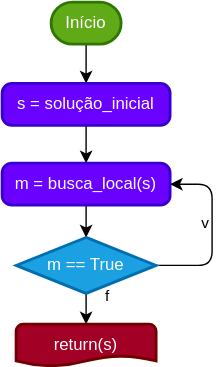
The draw.io diagram images/hillclimb.drawio.svg in spideryzarc/OCM, before a commit. Source tidied: cells renumbered, new cells last; positions are measured from the earlier drawing's top-left corner, leaving out a move shared by most shapes.
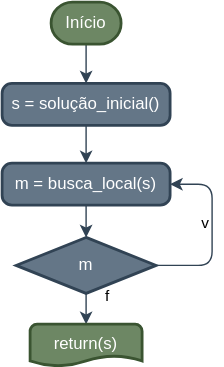
After the commit.

Commit message:
Atualizar introducao.md com diagrama e tamanho de imagem atualizados

The edit, as a diff of the source:
```diff
@@ -2,28 +2,28 @@
   <root>
     <mxCell id="0" />
     <mxCell id="1" parent="0" />
-    <mxCell id="2" style="edgeStyle=none;html=1;entryX=0.5;entryY=0;entryDx=0;entryDy=0;" parent="1" edge="1" source="3" target="5">
+    <mxCell id="2" style="edgeStyle=none;html=1;entryX=0.5;entryY=0;entryDx=0;entryDy=0;fillColor=#647687;strokeColor=#314354;" parent="1" edge="1" source="3" target="5">
       <mxGeometry relative="1" as="geometry" />
     </mxCell>
-    <mxCell id="3" value="Início" style="strokeWidth=2;html=1;shape=mxgraph.flowchart.terminator;whiteSpace=wrap;fillColor=#60a917;fontColor=#ffffff;strokeColor=#2D7600;" parent="1" vertex="1">
+    <mxCell id="3" value="Início" style="strokeWidth=2;html=1;shape=mxgraph.flowchart.terminator;whiteSpace=wrap;fillColor=#6d8764;fontColor=#ffffff;strokeColor=#3A5431;" parent="1" vertex="1">
       <mxGeometry x="35" width="50" height="30" as="geometry" />
     </mxCell>
-    <mxCell id="4" style="edgeStyle=none;html=1;entryX=0.5;entryY=0;entryDx=0;entryDy=0;" parent="1" edge="1" source="5" target="7">
+    <mxCell id="4" style="edgeStyle=none;html=1;entryX=0.5;entryY=0;entryDx=0;entryDy=0;fillColor=#647687;strokeColor=#314354;" parent="1" edge="1" source="5" target="7">
       <mxGeometry relative="1" as="geometry" />
     </mxCell>
-    <mxCell id="5" value="s = solução_inicial" style="rounded=1;whiteSpace=wrap;html=1;absoluteArcSize=1;arcSize=14;strokeWidth=2;fillColor=#6a00ff;fontColor=#ffffff;strokeColor=#3700CC;" parent="1" vertex="1">
+    <mxCell id="5" value="s = solução_inicial()" style="rounded=1;whiteSpace=wrap;html=1;absoluteArcSize=1;arcSize=14;strokeWidth=2;fillColor=#647687;fontColor=#ffffff;strokeColor=#314354;" parent="1" vertex="1">
       <mxGeometry y="58" width="120" height="30" as="geometry" />
     </mxCell>
-    <mxCell id="6" style="edgeStyle=none;html=1;entryX=0.5;entryY=0;entryDx=0;entryDy=0;entryPerimeter=0;" parent="1" edge="1" source="7" target="10">
+    <mxCell id="6" style="edgeStyle=none;html=1;entryX=0.5;entryY=0;entryDx=0;entryDy=0;entryPerimeter=0;fillColor=#647687;strokeColor=#314354;" parent="1" edge="1" source="7" target="10">
       <mxGeometry relative="1" as="geometry" />
     </mxCell>
-    <mxCell id="7" value="m&amp;nbsp;= busca_local(s)" style="rounded=1;whiteSpace=wrap;html=1;absoluteArcSize=1;arcSize=14;strokeWidth=2;fillColor=#6a00ff;fontColor=#ffffff;strokeColor=#3700CC;" parent="1" vertex="1">
+    <mxCell id="7" value="m&amp;nbsp;= busca_local(s)" style="rounded=1;whiteSpace=wrap;html=1;absoluteArcSize=1;arcSize=14;strokeWidth=2;fillColor=#647687;fontColor=#ffffff;strokeColor=#314354;" parent="1" vertex="1">
       <mxGeometry y="115" width="120" height="30" as="geometry" />
     </mxCell>
-    <mxCell id="8" value="f" style="edgeStyle=none;html=1;entryX=0.5;entryY=0;entryDx=0;entryDy=0;entryPerimeter=0;" parent="1" edge="1" source="10" target="11">
+    <mxCell id="8" value="f" style="edgeStyle=none;html=1;entryX=0.5;entryY=0;entryDx=0;entryDy=0;entryPerimeter=0;fillColor=#647687;strokeColor=#314354;" parent="1" edge="1" source="10" target="11">
       <mxGeometry x="-0.82" y="15" relative="1" as="geometry" />
     </mxCell>
-    <mxCell id="9" value="v" style="edgeStyle=none;html=1;entryX=1;entryY=0.5;entryDx=0;entryDy=0;" parent="1" edge="1" source="10" target="7">
+    <mxCell id="9" value="v" style="edgeStyle=none;html=1;entryX=1;entryY=0.5;entryDx=0;entryDy=0;fillColor=#647687;strokeColor=#314354;" parent="1" edge="1" source="10" target="7">
       <mxGeometry x="0.1" y="4" relative="1" as="geometry">
         <Array as="points">
           <mxPoint x="150" y="188" />
@@ -32,11 +32,11 @@
         <mxPoint x="-1" as="offset" />
       </mxGeometry>
     </mxCell>
-    <mxCell id="10" value="m == True" style="strokeWidth=2;html=1;shape=mxgraph.flowchart.decision;whiteSpace=wrap;fillColor=#1ba1e2;fontColor=#ffffff;strokeColor=#006EAF;" parent="1" vertex="1">
+    <mxCell id="10" value="m" style="strokeWidth=2;html=1;shape=mxgraph.flowchart.decision;whiteSpace=wrap;fillColor=#647687;fontColor=#ffffff;strokeColor=#314354;" parent="1" vertex="1">
       <mxGeometry x="10" y="168" width="100" height="40" as="geometry" />
     </mxCell>
-    <mxCell id="11" value="return(s)" style="strokeWidth=2;html=1;shape=mxgraph.flowchart.document2;whiteSpace=wrap;size=0.25;fillColor=#a20025;fontColor=#ffffff;strokeColor=#6F0000;" parent="1" vertex="1">
-      <mxGeometry x="10" y="230" width="100" height="30" as="geometry" />
+    <mxCell id="11" value="return(s)" style="strokeWidth=2;html=1;shape=mxgraph.flowchart.document2;whiteSpace=wrap;size=0.25;fillColor=#6d8764;fontColor=#ffffff;strokeColor=#3A5431;verticalAlign=top;" parent="1" vertex="1">
+      <mxGeometry x="20" y="230" width="80" height="30" as="geometry" />
     </mxCell>
   </root>
 </mxGraphModel>
```
